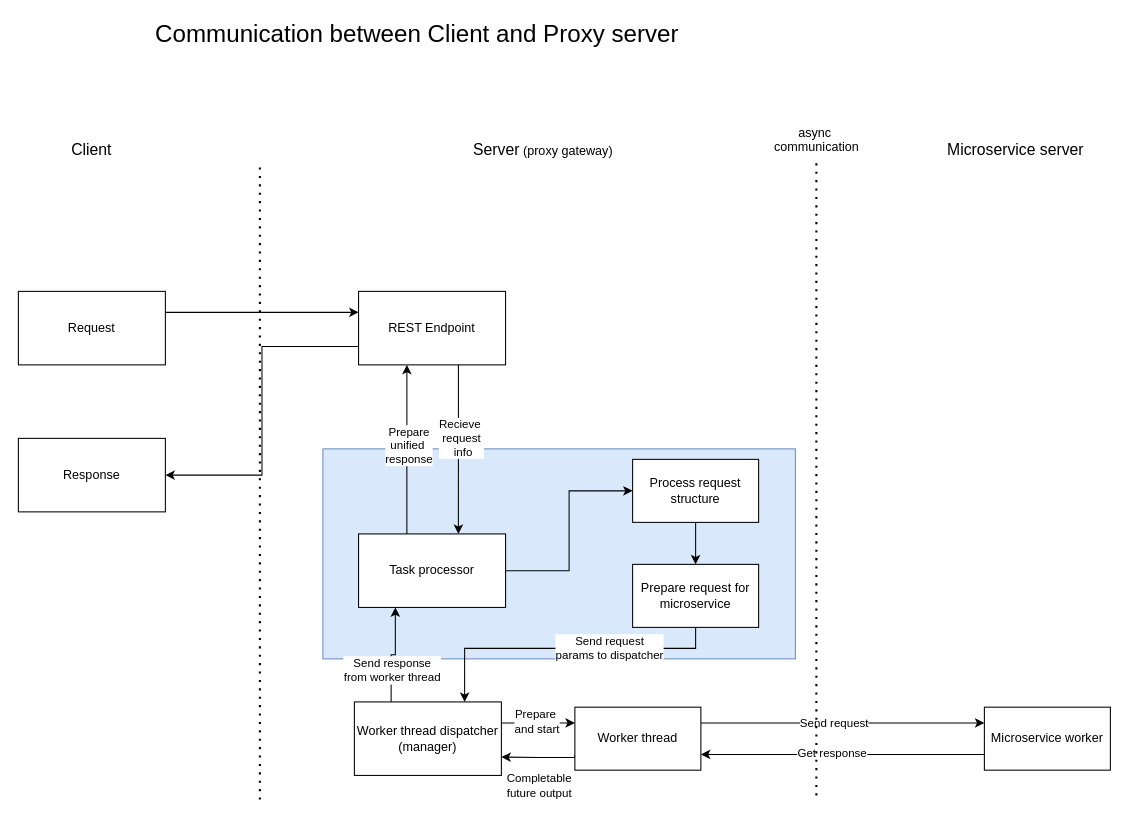
Before: resources/uml/client-proxy-communication.drawio in CarHut/backend, a draw.io diagram. Source tidied: cells renumbered, new cells numbered last; positions are measured from the earlier drawing's top-left corner, leaving out a move shared by most shapes. Both pictures are drawn from the tidied source at 105%, with x=0, y=0 at pixel (18, 18).
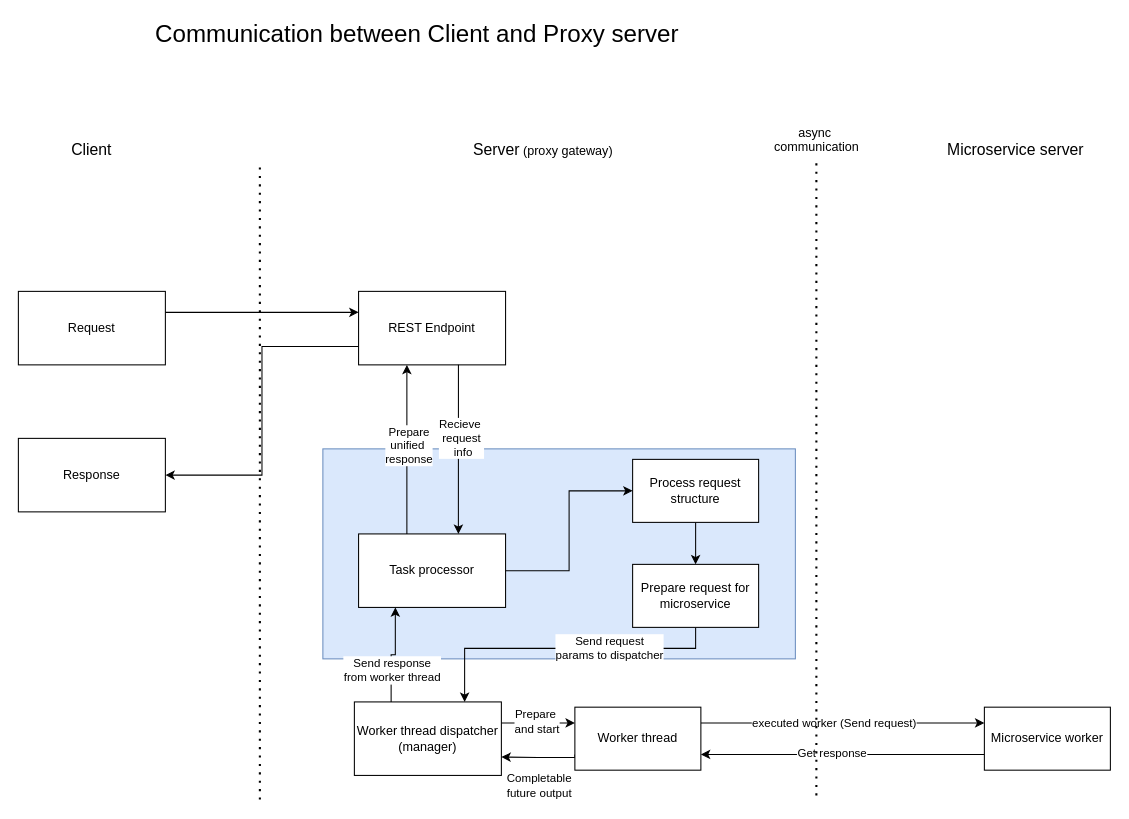
After the change.

Commit message (it also covers changes not shown here):
updated proxy gateway to use thread pools instead of semaphores, added proxy logger

Unchanged cells that the change refers to:
```xml
<mxCell id="31" style="edgeStyle=orthogonalEdgeStyle;rounded=0;jettySize=auto;html=1;" parent="1" edge="1" source="35" target="40">
  <mxGeometry relative="1" as="geometry">
    <Array as="points">
      <mxPoint x="790" y="671" />
      <mxPoint x="790" y="671" />
    </Array>
  </mxGeometry>
</mxCell>
```

What changed in the source:
```diff
@@
-    <mxCell id="32" value="Send request" style="edgeLabel;html=1;align=center;verticalAlign=middle;" parent="31" vertex="1">
+    <mxCell id="32" value="executed worker (Send request)" style="edgeLabel;html=1;align=center;verticalAlign=middle;" parent="31" vertex="1">
       <mxGeometry x="-0.07" y="1" relative="1" as="geometry" />
     </mxCell>
```
